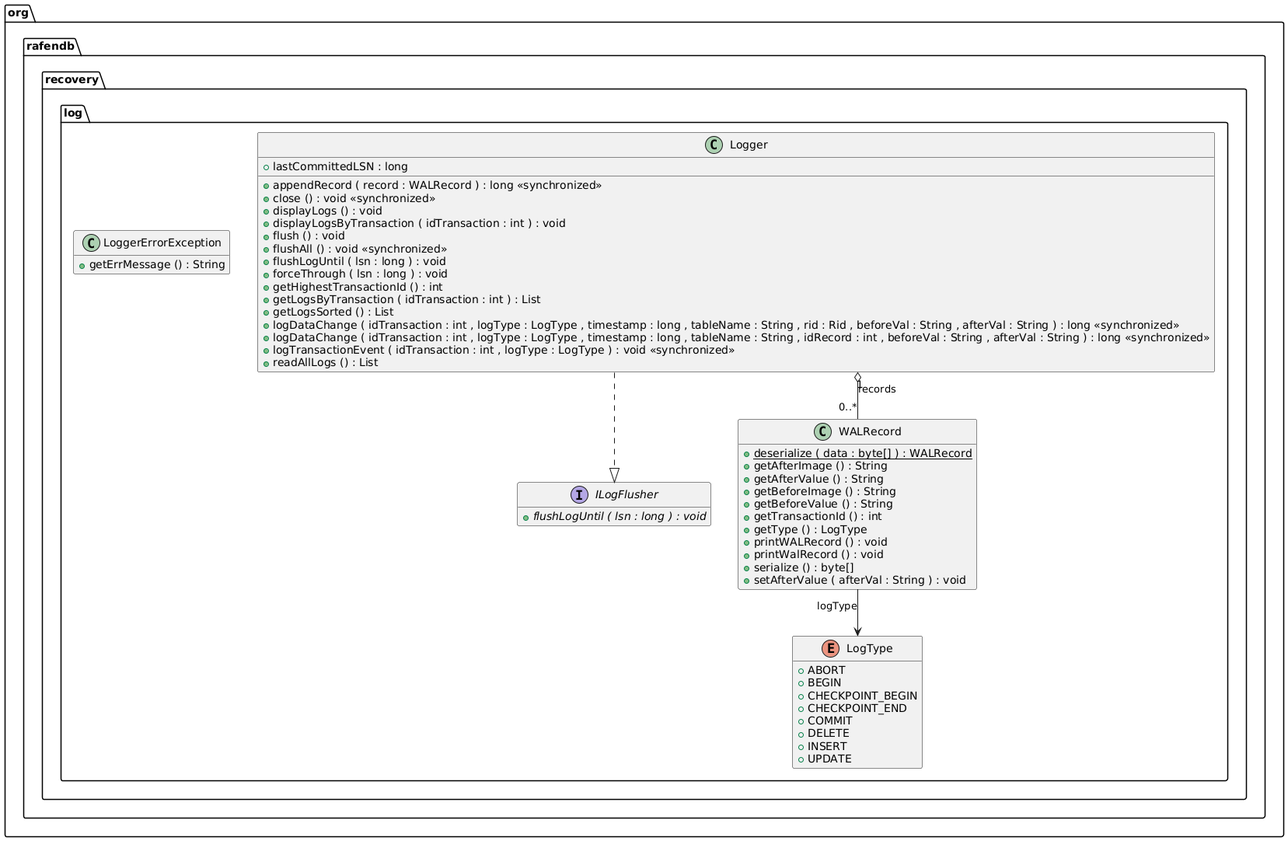
Above: docs/generated/recovery/recovery-log.png in m-akma1/rafendb (PlantUML), before the change. Its source is kept beside it as docs/generated/recovery/recovery-log.puml. Source of this version:
```plantuml
@startuml

set namespaceSeparator .
hide empty members
skinparam linetype ortho


interface org.rafendb.recovery.log.ILogFlusher {
	{method}  {abstract} +flushLogUntil ( lsn : long ) : void
}


enum org.rafendb.recovery.log.LogType {
	{field} +ABORT
	{field} +BEGIN
	{field} +CHECKPOINT_BEGIN
	{field} +CHECKPOINT_END
	{field} +COMMIT
	{field} +DELETE
	{field} +INSERT
	{field} +UPDATE
}


class org.rafendb.recovery.log.Logger {
	{field} +lastCommittedLSN : long
	{method} +appendRecord ( record : WALRecord ) : long <<synchronized>>
	{method} +close () : void <<synchronized>>
	{method} +displayLogs () : void
	{method} +displayLogsByTransaction ( idTransaction : int ) : void
	{method} +flush () : void
	{method} +flushAll () : void <<synchronized>>
	{method} +flushLogUntil ( lsn : long ) : void
	{method} +forceThrough ( lsn : long ) : void
	{method} +getHighestTransactionId () : int
	{method} +getLogsByTransaction ( idTransaction : int ) : List
	{method} +getLogsSorted () : List
	{method} +logDataChange ( idTransaction : int , logType : LogType , timestamp : long , tableName : String , rid : Rid , beforeVal : String , afterVal : String ) : long <<synchronized>>
	{method} +logDataChange ( idTransaction : int , logType : LogType , timestamp : long , tableName : String , idRecord : int , beforeVal : String , afterVal : String ) : long <<synchronized>>
	{method} +logTransactionEvent ( idTransaction : int , logType : LogType ) : void <<synchronized>>
	{method} +readAllLogs () : List
}


class org.rafendb.recovery.log.LoggerErrorException {
	{method} +getErrMessage () : String
}


class org.rafendb.recovery.log.WALRecord {
	{method}  {static} +deserialize ( data : byte[] ) : WALRecord
	{method} +getAfterImage () : String
	{method} +getAfterValue () : String
	{method} +getBeforeImage () : String
	{method} +getBeforeValue () : String
	{method} +getTransactionId () : int
	{method} +getType () : LogType
	{method} +printWALRecord () : void
	{method} +printWalRecord () : void
	{method} +serialize () : byte[]
	{method} +setAfterValue ( afterVal : String ) : void
}




org.rafendb.recovery.log.Logger "1" o-- "0..*"  org.rafendb.recovery.log.WALRecord : records
org.rafendb.recovery.log.Logger ..|>  org.rafendb.recovery.log.ILogFlusher
org.rafendb.recovery.log.WALRecord -->  org.rafendb.recovery.log.LogType : logType


@enduml
```
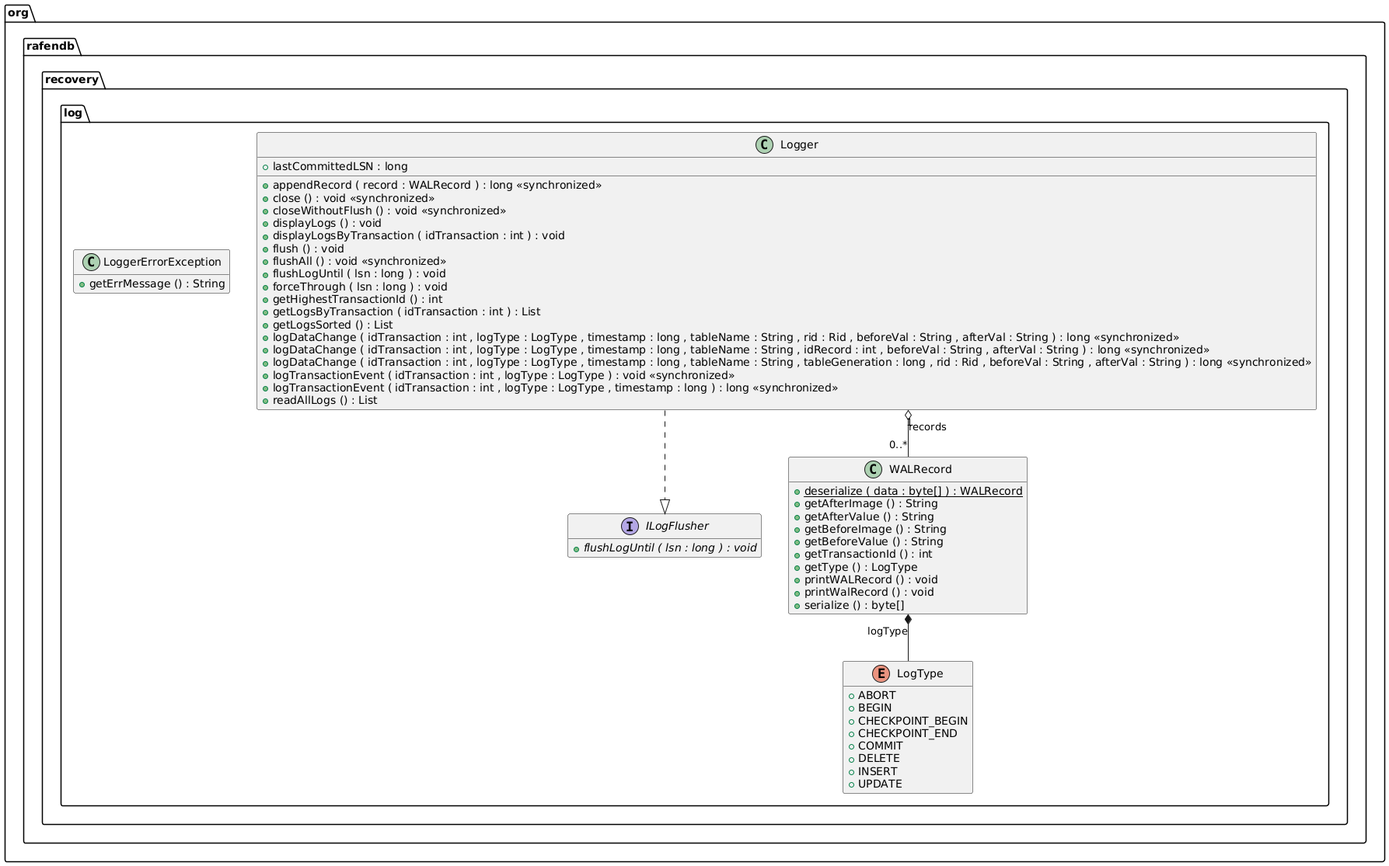
After the commit.

Change to the diagram source:
```diff
@@ -26,6 +26,7 @@
 	{field} +lastCommittedLSN : long
 	{method} +appendRecord ( record : WALRecord ) : long <<synchronized>>
 	{method} +close () : void <<synchronized>>
+	{method} +closeWithoutFlush () : void <<synchronized>>
 	{method} +displayLogs () : void
 	{method} +displayLogsByTransaction ( idTransaction : int ) : void
 	{method} +flush () : void
@@ -37,7 +38,9 @@
 	{method} +getLogsSorted () : List
 	{method} +logDataChange ( idTransaction : int , logType : LogType , timestamp : long , tableName : String , rid : Rid , beforeVal : String , afterVal : String ) : long <<synchronized>>
 	{method} +logDataChange ( idTransaction : int , logType : LogType , timestamp : long , tableName : String , idRecord : int , beforeVal : String , afterVal : String ) : long <<synchronized>>
+	{method} +logDataChange ( idTransaction : int , logType : LogType , timestamp : long , tableName : String , tableGeneration : long , rid : Rid , beforeVal : String , afterVal : String ) : long <<synchronized>>
 	{method} +logTransactionEvent ( idTransaction : int , logType : LogType ) : void <<synchronized>>
+	{method} +logTransactionEvent ( idTransaction : int , logType : LogType , timestamp : long ) : long <<synchronized>>
 	{method} +readAllLogs () : List
 }
 
@@ -58,7 +61,6 @@
 	{method} +printWALRecord () : void
 	{method} +printWalRecord () : void
 	{method} +serialize () : byte[]
-	{method} +setAfterValue ( afterVal : String ) : void
 }
 
 
@@ -66,7 +68,7 @@
 
 org.rafendb.recovery.log.Logger "1" o-- "0..*"  org.rafendb.recovery.log.WALRecord : records
 org.rafendb.recovery.log.Logger ..|>  org.rafendb.recovery.log.ILogFlusher
-org.rafendb.recovery.log.WALRecord -->  org.rafendb.recovery.log.LogType : logType
+org.rafendb.recovery.log.WALRecord *--  org.rafendb.recovery.log.LogType : logType
 
 
 @enduml
```
